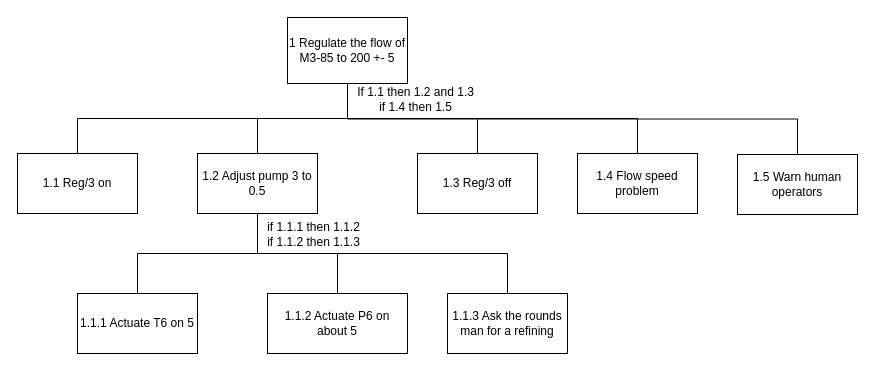
Earlier version of the draw.io diagram P3/firstEx.drawio (josura/HCI). Source tidied: cells renumbered, new cells numbered last; positions are measured from the earlier drawing's top-left corner, leaving out a move shared by most shapes. Both pictures are drawn from the tidied source at 100%, with x=0, y=0 at pixel (17, 17).
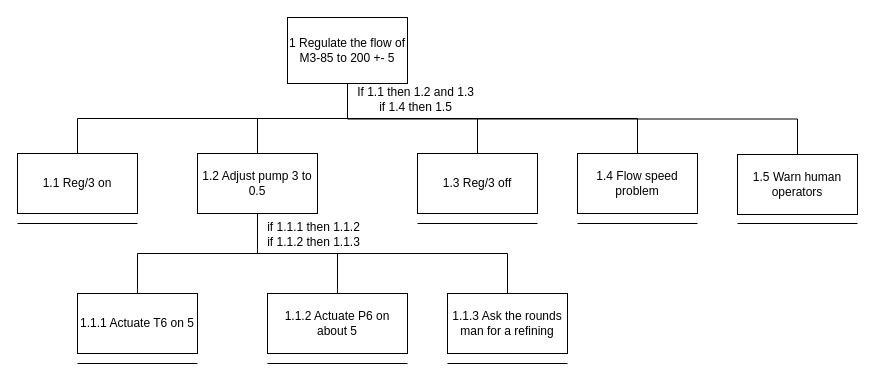
After the change.

The edit, as a diff of the source:
```diff
@@
+    <mxCell id="21" style="endArrow=none;html=1;rounded=0;" parent="1" edge="1">
+      <mxGeometry relative="1" as="geometry">
+        <mxPoint y="206" as="sourcePoint" />
+        <mxPoint x="120" y="206" as="targetPoint" />
+      </mxGeometry>
+    </mxCell>
+    <mxCell id="22" style="endArrow=none;html=1;rounded=0;" parent="1" edge="1">
+      <mxGeometry relative="1" as="geometry">
+        <mxPoint x="60" y="346" as="sourcePoint" />
+        <mxPoint x="180" y="346" as="targetPoint" />
+      </mxGeometry>
+    </mxCell>
+    <mxCell id="23" style="endArrow=none;html=1;rounded=0;" parent="1" edge="1">
+      <mxGeometry relative="1" as="geometry">
+        <mxPoint x="250" y="346" as="sourcePoint" />
+        <mxPoint x="390" y="346" as="targetPoint" />
+      </mxGeometry>
+    </mxCell>
+    <mxCell id="24" style="endArrow=none;html=1;rounded=0;" parent="1" edge="1">
+      <mxGeometry relative="1" as="geometry">
+        <mxPoint x="430" y="346" as="sourcePoint" />
+        <mxPoint x="550" y="346" as="targetPoint" />
+      </mxGeometry>
+    </mxCell>
+    <mxCell id="25" style="endArrow=none;html=1;rounded=0;" parent="1" edge="1">
+      <mxGeometry relative="1" as="geometry">
+        <mxPoint x="400" y="206" as="sourcePoint" />
+        <mxPoint x="520" y="206" as="targetPoint" />
+      </mxGeometry>
+    </mxCell>
+    <mxCell id="26" style="endArrow=none;html=1;rounded=0;" parent="1" edge="1">
+      <mxGeometry relative="1" as="geometry">
+        <mxPoint x="560" y="206" as="sourcePoint" />
+        <mxPoint x="680" y="206" as="targetPoint" />
+      </mxGeometry>
+    </mxCell>
+    <mxCell id="27" style="endArrow=none;html=1;rounded=0;" parent="1" edge="1">
+      <mxGeometry relative="1" as="geometry">
+        <mxPoint x="720" y="206" as="sourcePoint" />
+        <mxPoint x="840" y="206" as="targetPoint" />
+      </mxGeometry>
+    </mxCell>
```
